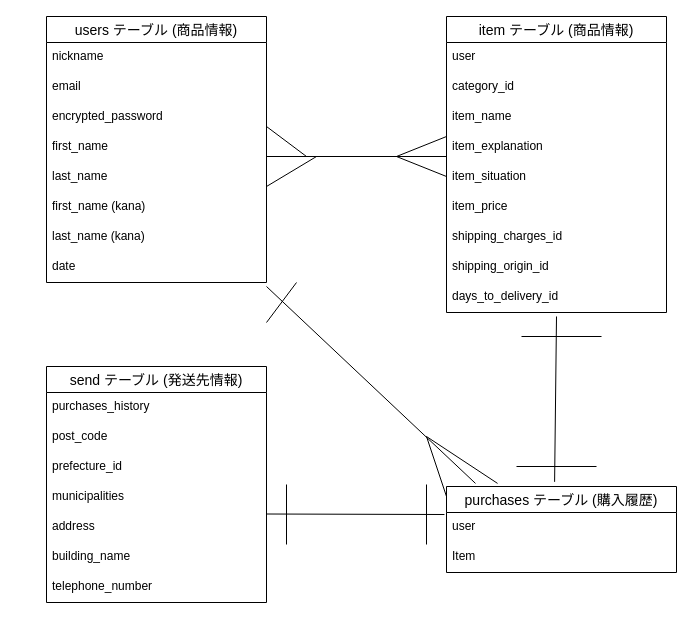
This is page "ページ2" (2 of 2) of furima-.dio from kzm0620/furima_39225, a draw.io file, before an edit. Source tidied: cells renumbered, new cells numbered last; positions are measured from the earlier drawing's top-left corner, leaving out a move shared by most shapes. Both pictures are drawn from the tidied source at 100%, with x=0, y=0 at pixel (46, 16).
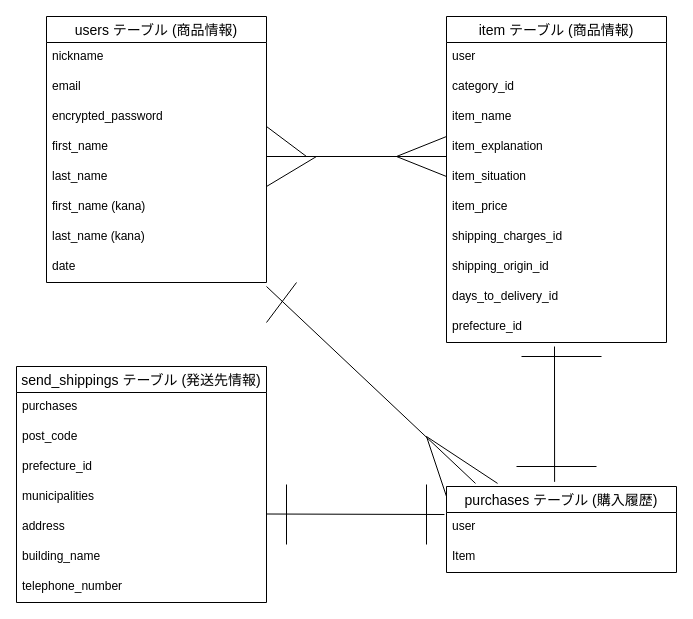
The same page after the edit.

Unchanged cells that the change refers to:
```xml
<mxCell id="20" value="days_to_delivery_id" style="text;strokeColor=none;fillColor=none;spacingLeft=4;spacingRight=4;overflow=hidden;points=[[0,0.5],[1,0.5]];portConstraint=eastwest;fontSize=12;" parent="11" vertex="1">
  <mxGeometry y="266" width="220" height="30" as="geometry" />
</mxCell>
<mxCell id="21" value="purchases テーブル (購入履歴)" style="swimlane;fontStyle=0;horizontal=1;startSize=26;align=center;fontSize=14;" parent="1" vertex="1">
  <mxGeometry x="400" y="470" width="230" height="86" as="geometry" />
</mxCell>
```

The edit, as a diff of the source:
```diff
@@
     <mxCell id="11" value="item テーブル (商品情報)" style="swimlane;fontStyle=0;horizontal=1;startSize=26;align=center;fontSize=14;" parent="1" vertex="1">
-      <mxGeometry x="400" width="220" height="296" as="geometry" />
+      <mxGeometry x="400" width="220" height="326" as="geometry" />
     </mxCell>
@@
+    <mxCell id="47" value="prefecture_id" style="text;strokeColor=none;fillColor=none;spacingLeft=4;spacingRight=4;overflow=hidden;fontSize=12;" parent="11" vertex="1">
+      <mxGeometry y="296" width="220" height="30" as="geometry" />
+    </mxCell>
@@
-    <mxCell id="24" value="send テーブル (発送先情報)" style="swimlane;fontStyle=0;horizontal=1;startSize=26;align=center;fontSize=14;" parent="1" vertex="1">
-      <mxGeometry y="350" width="220" height="236" as="geometry" />
+    <mxCell id="24" value="send_shippings テーブル (発送先情報)" style="swimlane;fontStyle=0;horizontal=1;startSize=26;align=center;fontSize=14;" parent="1" vertex="1">
+      <mxGeometry x="-30" y="350" width="250" height="236" as="geometry" />
     </mxCell>
-    <mxCell id="25" value="purchases_history" style="text;strokeColor=none;fillColor=none;spacingLeft=4;spacingRight=4;overflow=hidden;fontSize=12;" parent="24" vertex="1">
-      <mxGeometry y="26" width="220" height="30" as="geometry" />
+    <mxCell id="25" value="purchases" style="text;strokeColor=none;fillColor=none;spacingLeft=4;spacingRight=4;overflow=hidden;fontSize=12;" parent="24" vertex="1">
+      <mxGeometry y="26" width="250" height="30" as="geometry" />
     </mxCell>
     <mxCell id="26" value="post_code" style="text;strokeColor=none;fillColor=none;spacingLeft=4;spacingRight=4;overflow=hidden;fontSize=12;" parent="24" vertex="1">
-      <mxGeometry y="56" width="220" height="30" as="geometry" />
+      <mxGeometry y="56" width="250" height="30" as="geometry" />
     </mxCell>
     <mxCell id="27" value="prefecture_id" style="text;strokeColor=none;fillColor=none;spacingLeft=4;spacingRight=4;overflow=hidden;fontSize=12;" parent="24" vertex="1">
-      <mxGeometry y="86" width="220" height="30" as="geometry" />
+      <mxGeometry y="86" width="250" height="30" as="geometry" />
     </mxCell>
     <mxCell id="28" value="municipalities" style="text;strokeColor=none;fillColor=none;spacingLeft=4;spacingRight=4;overflow=hidden;fontSize=12;" parent="24" vertex="1">
-      <mxGeometry y="116" width="220" height="30" as="geometry" />
+      <mxGeometry y="116" width="250" height="30" as="geometry" />
     </mxCell>
     <mxCell id="29" value="address" style="text;strokeColor=none;fillColor=none;spacingLeft=4;spacingRight=4;overflow=hidden;fontSize=12;" parent="24" vertex="1">
-      <mxGeometry y="146" width="220" height="30" as="geometry" />
+      <mxGeometry y="146" width="250" height="30" as="geometry" />
     </mxCell>
     <mxCell id="30" value="building_name" style="text;strokeColor=none;fillColor=none;spacingLeft=4;spacingRight=4;overflow=hidden;fontSize=12;" parent="24" vertex="1">
-      <mxGeometry y="176" width="220" height="30" as="geometry" />
+      <mxGeometry y="176" width="250" height="30" as="geometry" />
     </mxCell>
     <mxCell id="31" value="telephone_number" style="text;strokeColor=none;fillColor=none;spacingLeft=4;spacingRight=4;overflow=hidden;fontSize=12;" parent="24" vertex="1">
-      <mxGeometry y="206" width="220" height="30" as="geometry" />
+      <mxGeometry y="206" width="250" height="30" as="geometry" />
     </mxCell>
@@
-    <mxCell id="35" style="endArrow=none;html=1;rounded=0;exitX=0.5;exitY=1.133;exitDx=0;exitDy=0;exitPerimeter=0;entryX=0.47;entryY=-0.054;entryDx=0;entryDy=0;entryPerimeter=0;" parent="1" edge="1" source="20" target="21">
-      <mxGeometry relative="1" as="geometry" />
+    <mxCell id="35" style="endArrow=none;html=1;rounded=0;entryX=0.47;entryY=-0.054;entryDx=0;entryDy=0;entryPerimeter=0;" parent="1" edge="1" target="21">
+      <mxGeometry relative="1" as="geometry">
+        <mxPoint x="508" y="330" as="sourcePoint" />
+      </mxGeometry>
     </mxCell>
     <mxCell id="36" style="endArrow=none;html=1;rounded=0;" parent="1" edge="1">
       <mxGeometry relative="1" as="geometry">
-        <mxPoint x="475" y="320" as="sourcePoint" />
-        <mxPoint x="555" y="320" as="targetPoint" />
+        <mxPoint x="475" y="340" as="sourcePoint" />
+        <mxPoint x="555" y="340" as="targetPoint" />
       </mxGeometry>
     </mxCell>
```
